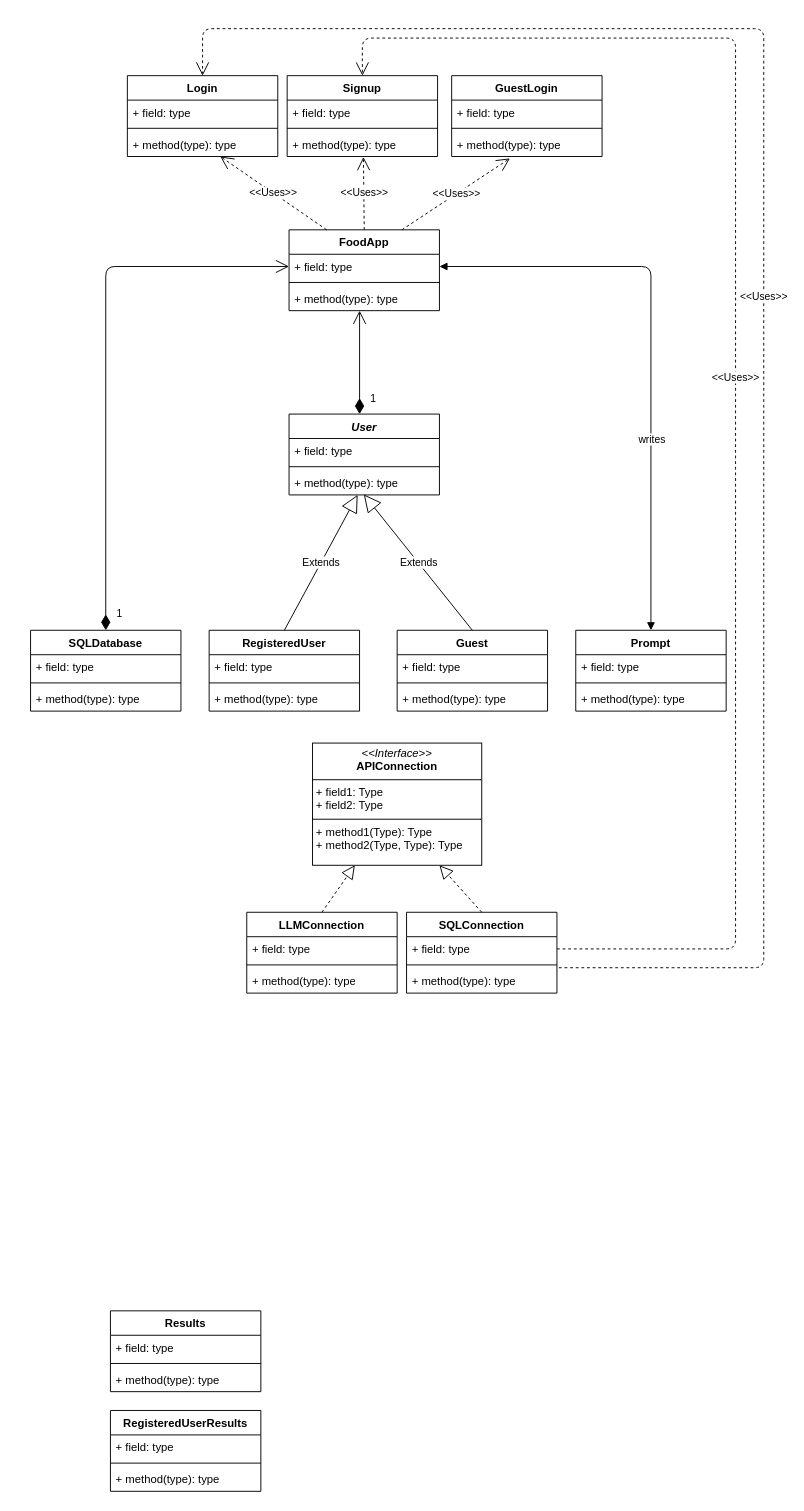
Mark-Guerta/SENG401_project_group14_L01 keeps this draw.io diagram as diagrams/project_UML.drawio. Above is the earlier version. Source tidied: cells renumbered, new cells numbered last; positions are measured from the earlier drawing's top-left corner, leaving out a move shared by most shapes. Both pictures are drawn from the tidied source at 94%, with x=0, y=0 at pixel (30, 28).
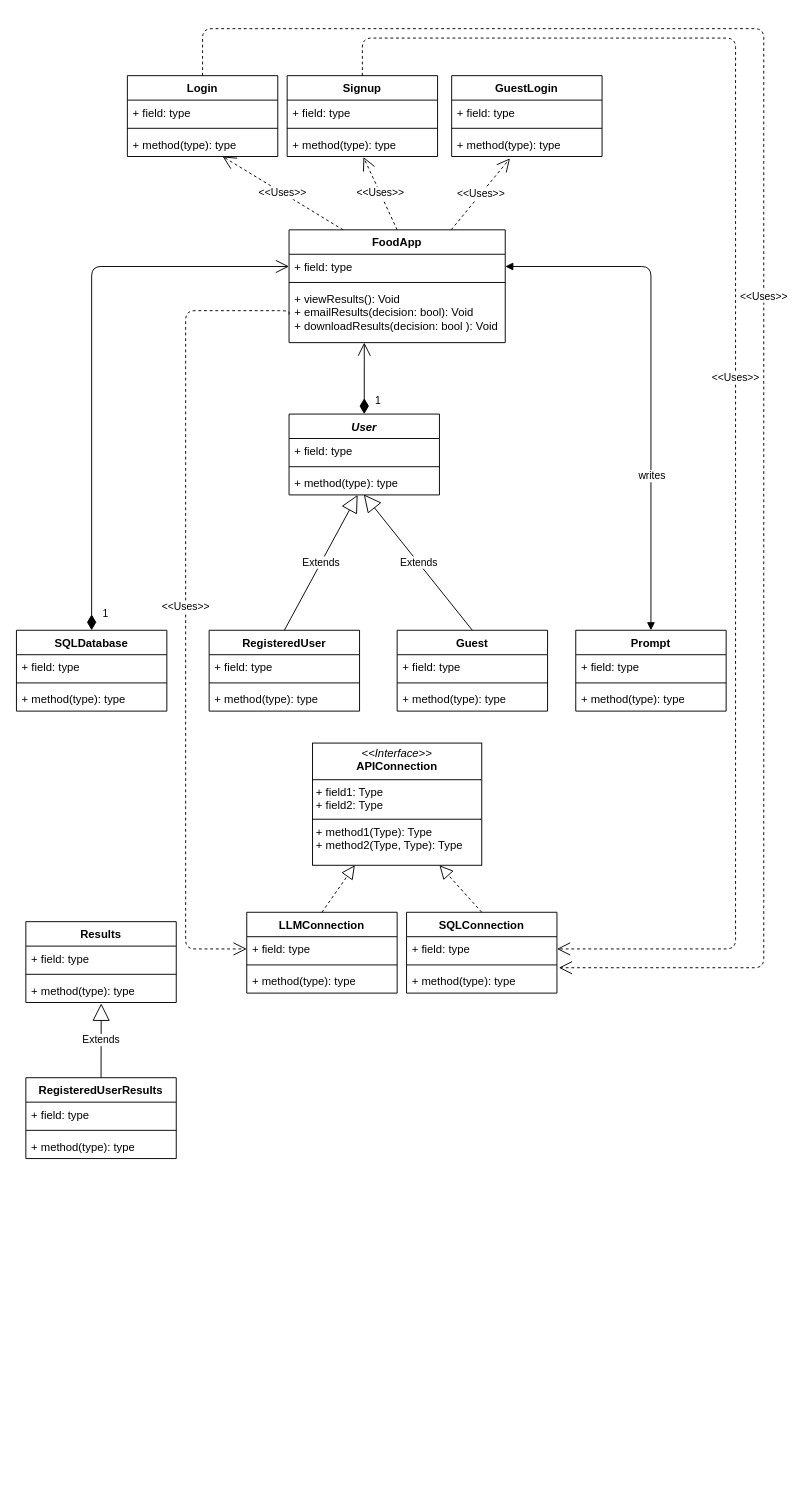
After the change.

Commit message:
finished protoype of business logic uml

Unchanged cells that the change refers to:
```xml
<mxCell id="2" value="&lt;i&gt;User&lt;/i&gt;" style="swimlane;fontStyle=1;align=center;verticalAlign=top;horizontal=1;startSize=26;whiteSpace=wrap;html=1;" parent="1" vertex="1">
  <mxGeometry x="275" y="410" width="160" height="86" as="geometry" />
</mxCell>
<mxCell id="14" value="Login" style="swimlane;fontStyle=1;align=center;verticalAlign=top;horizontal=1;startSize=26;whiteSpace=wrap;html=1;" parent="1" vertex="1">
  <mxGeometry x="103" y="50" width="160" height="86" as="geometry" />
</mxCell>
<mxCell id="22" value="Signup" style="swimlane;fontStyle=1;align=center;verticalAlign=top;horizontal=1;startSize=26;whiteSpace=wrap;html=1;" parent="1" vertex="1">
  <mxGeometry x="273" y="50" width="160" height="86" as="geometry" />
</mxCell>
<mxCell id="33" value="+ method(type): type" style="text;strokeColor=none;fillColor=none;align=left;verticalAlign=top;spacingLeft=4;spacingRight=4;overflow=hidden;points=[[0,0.5],[1,0.5]];portConstraint=eastwest;whiteSpace=wrap;html=1;" parent="30" vertex="1">
  <mxGeometry y="60" width="160" height="26" as="geometry" />
</mxCell>
<mxCell id="43" value="+ field: type" style="text;strokeColor=none;fillColor=none;align=left;verticalAlign=top;spacingLeft=4;spacingRight=4;overflow=hidden;points=[[0,0.5],[1,0.5]];portConstraint=eastwest;whiteSpace=wrap;html=1;" parent="42" vertex="1">
  <mxGeometry y="26" width="160" height="26" as="geometry" />
</mxCell>
<mxCell id="47" value="+ field: type" style="text;strokeColor=none;fillColor=none;align=left;verticalAlign=top;spacingLeft=4;spacingRight=4;overflow=hidden;points=[[0,0.5],[1,0.5]];portConstraint=eastwest;whiteSpace=wrap;html=1;" parent="46" vertex="1">
  <mxGeometry y="26" width="160" height="26" as="geometry" />
</mxCell>
```

What changed in the source:
```diff
@@
     <mxCell id="30" value="Results" style="swimlane;fontStyle=1;align=center;verticalAlign=top;horizontal=1;startSize=26;whiteSpace=wrap;html=1;" parent="1" vertex="1">
-      <mxGeometry x="85" y="1364" width="160" height="86" as="geometry" />
+      <mxGeometry x="-5" y="950" width="160" height="86" as="geometry" />
     </mxCell>
@@
     <mxCell id="34" value="RegisteredUserResults" style="swimlane;fontStyle=1;align=center;verticalAlign=top;horizontal=1;startSize=26;whiteSpace=wrap;html=1;" parent="1" vertex="1">
-      <mxGeometry x="85" y="1470" width="160" height="86" as="geometry" />
+      <mxGeometry x="-5" y="1116" width="160" height="86" as="geometry" />
     </mxCell>
@@
     <mxCell id="38" value="SQLDatabase" style="swimlane;fontStyle=1;align=center;verticalAlign=top;horizontal=1;startSize=26;whiteSpace=wrap;html=1;" parent="1" vertex="1">
-      <mxGeometry y="640" width="160" height="86" as="geometry" />
+      <mxGeometry x="-15" y="640" width="160" height="86" as="geometry" />
     </mxCell>
@@
     <mxCell id="57" value="FoodApp" style="swimlane;fontStyle=1;align=center;verticalAlign=top;horizontal=1;startSize=26;whiteSpace=wrap;html=1;" parent="1" vertex="1">
-      <mxGeometry x="275" y="214" width="160" height="86" as="geometry" />
+      <mxGeometry x="275" y="214" width="230" height="120" as="geometry" />
     </mxCell>
     <mxCell id="58" value="+ field: type" style="text;strokeColor=none;fillColor=none;align=left;verticalAlign=top;spacingLeft=4;spacingRight=4;overflow=hidden;points=[[0,0.5],[1,0.5]];portConstraint=eastwest;whiteSpace=wrap;html=1;" parent="57" vertex="1">
-      <mxGeometry y="26" width="160" height="26" as="geometry" />
+      <mxGeometry y="26" width="230" height="26" as="geometry" />
     </mxCell>
     <mxCell id="59" style="line;strokeWidth=1;fillColor=none;align=left;verticalAlign=middle;spacingTop=-1;spacingLeft=3;spacingRight=3;labelPosition=right;strokeColor=inherit;" parent="57" vertex="1">
-      <mxGeometry y="52" width="160" height="8" as="geometry" />
+      <mxGeometry y="52" width="230" height="8" as="geometry" />
     </mxCell>
-    <mxCell id="60" value="+ method(type): type" style="text;strokeColor=none;fillColor=none;align=left;verticalAlign=top;spacingLeft=4;spacingRight=4;overflow=hidden;points=[[0,0.5],[1,0.5]];portConstraint=eastwest;whiteSpace=wrap;html=1;" parent="57" vertex="1">
-      <mxGeometry y="60" width="160" height="26" as="geometry" />
+    <mxCell id="60" value="&lt;div&gt;+ viewResults(): Void&amp;nbsp;&lt;/div&gt;&lt;div&gt;+ emailResults(decision: bool): Void&lt;/div&gt;&lt;div&gt;+ downloadResults(decision: bool ): Void&lt;/div&gt;" style="text;strokeColor=none;fillColor=none;align=left;verticalAlign=top;spacingLeft=4;spacingRight=4;overflow=hidden;points=[[0,0.5],[1,0.5]];portConstraint=eastwest;whiteSpace=wrap;html=1;" parent="57" vertex="1">
+      <mxGeometry y="60" width="230" height="60" as="geometry" />
     </mxCell>
-    <mxCell id="61" value="1" style="endArrow=open;html=1;endSize=12;startArrow=diamondThin;startSize=14;startFill=1;edgeStyle=orthogonalEdgeStyle;align=left;verticalAlign=bottom;entryX=0.469;entryY=1;entryDx=0;entryDy=0;entryPerimeter=0;exitX=0.469;exitY=0;exitDx=0;exitDy=0;exitPerimeter=0;" parent="1" edge="1" source="2" target="60">
+    <mxCell id="61" value="1" style="endArrow=open;html=1;endSize=12;startArrow=diamondThin;startSize=14;startFill=1;edgeStyle=orthogonalEdgeStyle;align=left;verticalAlign=bottom;exitX=0.5;exitY=0;exitDx=0;exitDy=0;entryX=0.348;entryY=0.999;entryDx=0;entryDy=0;entryPerimeter=0;" parent="1" edge="1" source="2" target="60">
       <mxGeometry x="-0.87" y="-10" relative="1" as="geometry" />
     </mxCell>
@@
-    <mxCell id="66" value="&amp;lt;&amp;lt;Uses&amp;gt;&amp;gt;" style="endArrow=open;endSize=12;dashed=1;html=1;exitX=1;exitY=0.5;exitDx=0;exitDy=0;entryX=0.5;entryY=0;entryDx=0;entryDy=0;edgeStyle=orthogonalEdgeStyle;" parent="1" edge="1" source="43" target="22">
+    <mxCell id="66" value="&amp;lt;&amp;lt;Uses&amp;gt;&amp;gt;" style="endArrow=open;endSize=12;dashed=1;html=1;exitX=0.5;exitY=0;exitDx=0;exitDy=0;entryX=1;entryY=0.5;entryDx=0;entryDy=0;edgeStyle=orthogonalEdgeStyle;" parent="1" edge="1" source="22" target="43">
       <mxGeometry relative="1" as="geometry">
         <Array as="points">
+          <mxPoint x="353" y="10" />
+          <mxPoint x="750" y="10" />
           <mxPoint x="750" y="979" />
-          <mxPoint x="750" y="10" />
-          <mxPoint x="353" y="10" />
         </Array>
       </mxGeometry>
     </mxCell>
-    <mxCell id="67" value="&amp;lt;&amp;lt;Uses&amp;gt;&amp;gt;" style="endArrow=open;endSize=12;dashed=1;html=1;exitX=1;exitY=0.5;exitDx=0;exitDy=0;edgeStyle=orthogonalEdgeStyle;entryX=0.5;entryY=0;entryDx=0;entryDy=0;" parent="1" edge="1" target="14">
+    <mxCell id="67" value="&amp;lt;&amp;lt;Uses&amp;gt;&amp;gt;" style="endArrow=open;endSize=12;dashed=1;html=1;exitX=0.5;exitY=0;exitDx=0;exitDy=0;edgeStyle=orthogonalEdgeStyle;entryX=0.5;entryY=0;entryDx=0;entryDy=0;" parent="1" edge="1" source="14">
       <mxGeometry relative="1" as="geometry">
-        <mxPoint x="562" y="999" as="sourcePoint" />
+        <mxPoint x="562" y="999" as="targetPoint" />
         <Array as="points">
+          <mxPoint x="183" />
+          <mxPoint x="780" />
           <mxPoint x="780" y="999" />
-          <mxPoint x="780" />
-          <mxPoint x="183" />
         </Array>
       </mxGeometry>
     </mxCell>
+    <mxCell id="68" value="&amp;lt;&amp;lt;Uses&amp;gt;&amp;gt;" style="endArrow=open;endSize=12;dashed=1;html=1;exitX=0;exitY=0.5;exitDx=0;exitDy=0;edgeStyle=orthogonalEdgeStyle;entryX=0;entryY=0.5;entryDx=0;entryDy=0;" parent="1" edge="1" source="60" target="47">
+      <mxGeometry relative="1" as="geometry">
+        <Array as="points">
+          <mxPoint x="165" y="300" />
+          <mxPoint x="165" y="979" />
+        </Array>
+      </mxGeometry>
+    </mxCell>
+    <mxCell id="69" value="Extends" style="endArrow=block;endSize=16;endFill=0;html=1;exitX=0.5;exitY=0;exitDx=0;exitDy=0;entryX=0.501;entryY=1.037;entryDx=0;entryDy=0;entryPerimeter=0;" parent="1" edge="1" source="34" target="33">
+      <mxGeometry relative="1" as="geometry" />
+    </mxCell>
```
